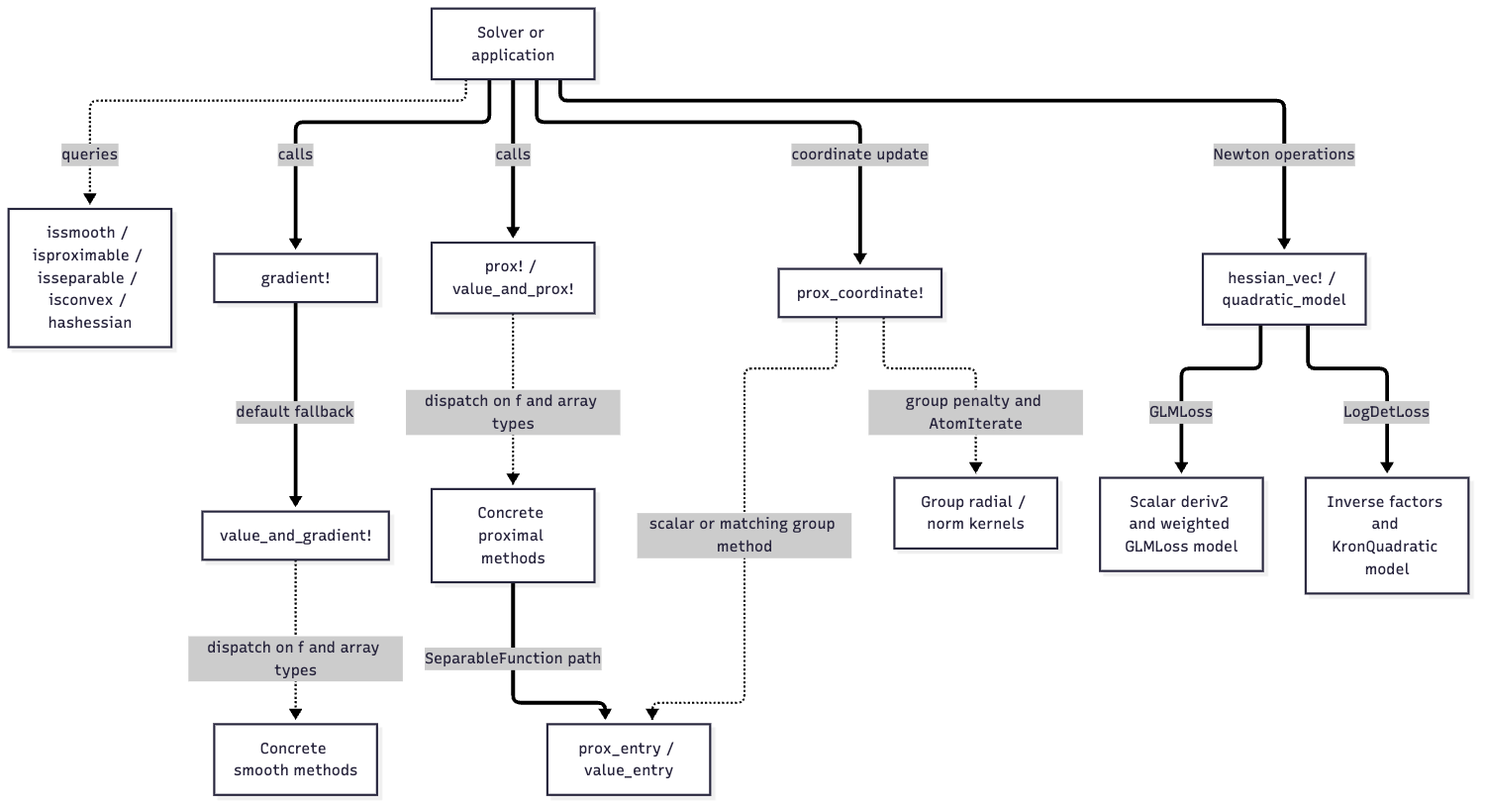
Before: docs/audit/release-0.5.4/architecture/rendered/02-oracles.png, a diagram exported from Mermaid (mlakolar/ProximalBase.jl). Its source is kept beside it as docs/audit/release-0.5.4/architecture/02-oracles.mmd. Its diagram source:
```mermaid
flowchart TD
  S["Solver or application"]
  S -.->|queries| T["issmooth / isproximable / isseparable / isconvex / hashessian"]
  S ==>|calls| G["gradient!"]
  G ==>|default fallback| VG["value_and_gradient!"]
  VG -.->|dispatch on f and array types| CG["Concrete smooth methods"]
  S ==>|calls| P["prox! / value_and_prox!"]
  P -.->|dispatch on f and array types| CP["Concrete proximal methods"]
  CP ==>|SeparableFunction path| PE["prox_entry / value_entry"]
  S ==>|coordinate update| C["prox_coordinate!"]
  C -.->|scalar or matching group method| PE
  C -.->|group penalty and AtomIterate| GK["Group radial / norm kernels"]
  S ==>|Newton operations| H["hessian_vec! / quadratic_model"]
  H ==>|GLMLoss| IRLS["Scalar deriv2 and weighted GLMLoss model"]
  H ==>|LogDetLoss| KR["Inverse factors and KronQuadratic model"]
```
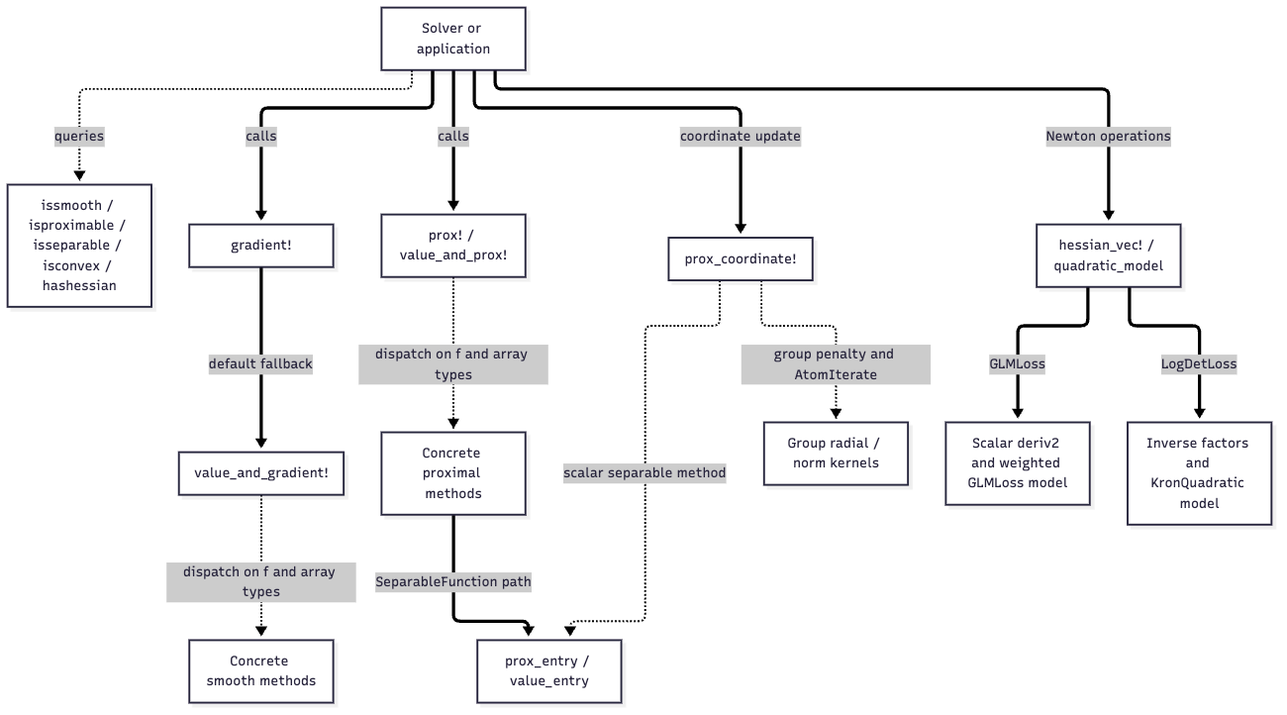
The same file after the commit.

Commit message:
Clarify scalar dispatch and device wrapper diagram labels

The edit, as a diff of the source:
```diff
@@ -8,7 +8,7 @@
   P -.->|dispatch on f and array types| CP["Concrete proximal methods"]
   CP ==>|SeparableFunction path| PE["prox_entry / value_entry"]
   S ==>|coordinate update| C["prox_coordinate!"]
-  C -.->|scalar or matching group method| PE
+  C -.->|scalar separable method| PE
   C -.->|group penalty and AtomIterate| GK["Group radial / norm kernels"]
   S ==>|Newton operations| H["hessian_vec! / quadratic_model"]
   H ==>|GLMLoss| IRLS["Scalar deriv2 and weighted GLMLoss model"]
```
